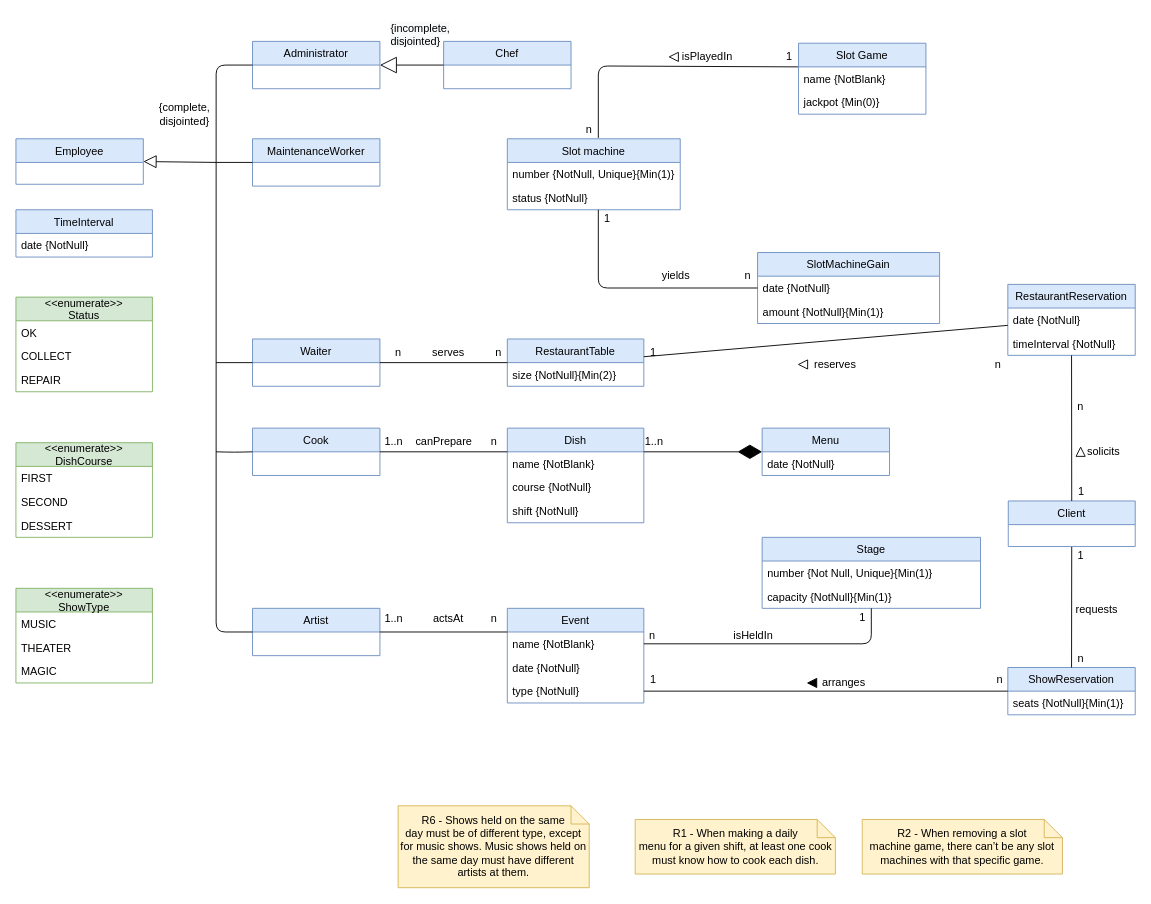
The draw.io diagram page "V2-Restaurante,Slots,Shows" (2 of 2) of uml/Conceptual Model.drawio in gii-is-DP1/dp1-2020-g1-07, before the edit. Source tidied: cells renumbered, new cells numbered last; positions are measured from the earlier drawing's top-left corner, leaving out a move shared by most shapes. Both pictures are drawn from the tidied source at 91%, with x=0, y=0 at pixel (15, 15).
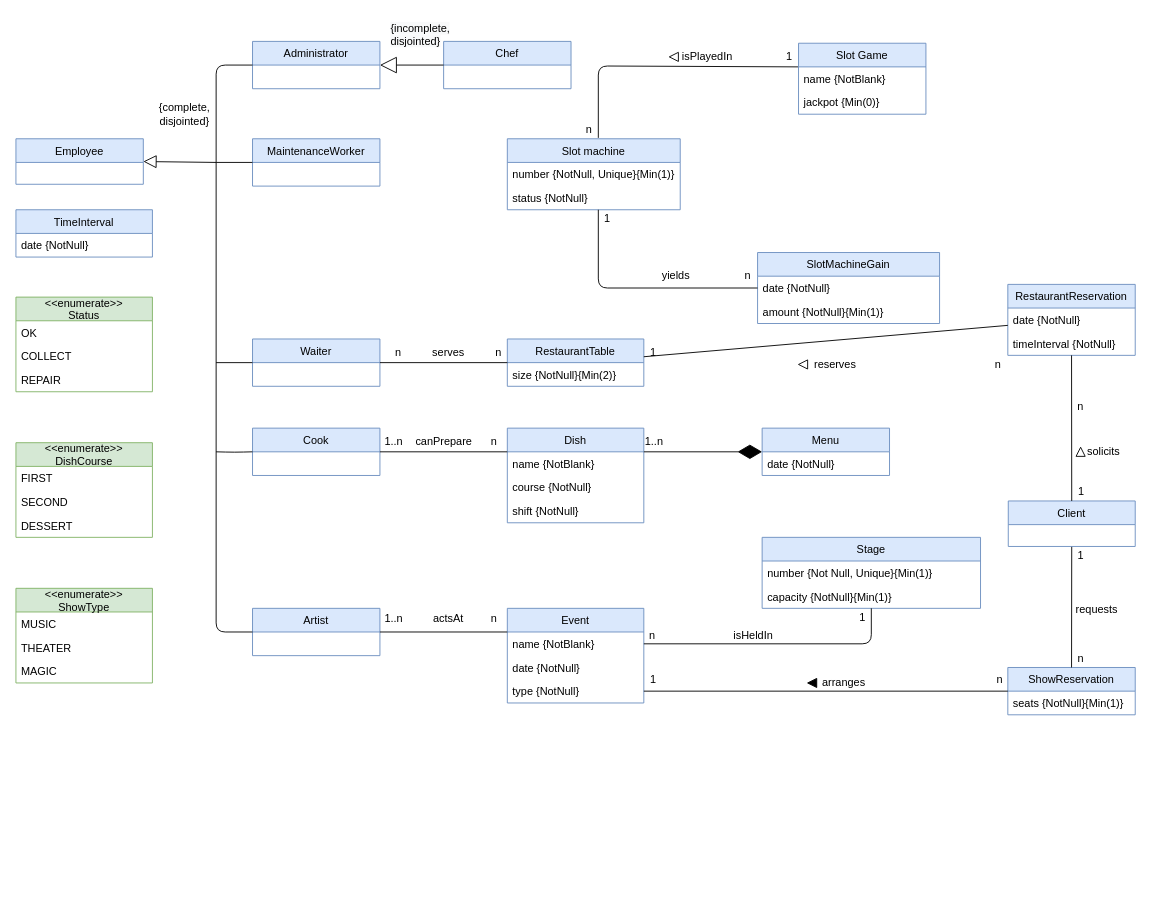
The same page after the edit.

What changed in the source:
```diff
@@
-    <mxCell id="54" value="R1 - When making a daily&lt;br&gt;menu for a given shift, at least one cook must know how to cook each dish." style="shape=note;size=20;whiteSpace=wrap;html=1;fillColor=#fff2cc;strokeColor=#d6b656;" parent="1" vertex="1">
-      <mxGeometry x="680.5" y="883" width="220" height="60" as="geometry" />
-    </mxCell>
-    <mxCell id="55" value="R6 - Shows held on the same&lt;br&gt;day must be of different type, except for music shows. Music shows held on the same day must have different artists at them." style="shape=note;size=20;whiteSpace=wrap;html=1;fillColor=#fff2cc;strokeColor=#d6b656;" parent="1" vertex="1">
-      <mxGeometry x="420" y="868" width="210" height="90" as="geometry" />
-    </mxCell>
@@
-    <mxCell id="109" value="&lt;span lang=&quot;EN-US&quot;&gt;R2 - When removing a slot&lt;br&gt;machine game, there can’t be any slot machines with that specific game.&lt;/span&gt;" style="shape=note;size=20;whiteSpace=wrap;html=1;fillColor=#fff2cc;strokeColor=#d6b656;" parent="1" vertex="1">
-      <mxGeometry x="930" y="883" width="220" height="60" as="geometry" />
-    </mxCell>
```
